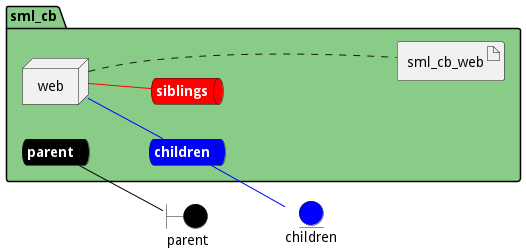
Before: docs/edgemere/sml/cb/envs/prod/deployment.png, a diagram exported from PlantUML (madajaju/edgemere).
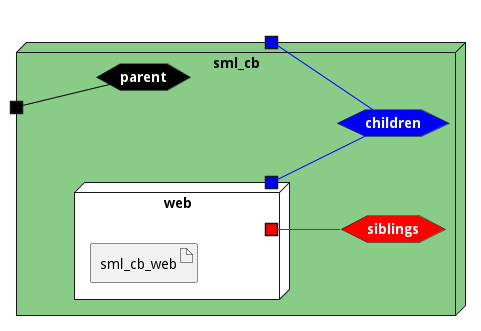
After the change.

The edit, as a diff of the source:
```diff
@@ -3,43 +3,45 @@
 left to right direction
 
 
-boundary parent #black
-
-
-entity children #blue
 
 
 
 
-package "sml_cb" #88cc88 {
-    queue parentnet #black [
+
+node "sml_cb" #88cc88 {
+
+
+    hexagon parentnet #black [
             <b><color:white>parent</color></b>
     ]
 
-    parentnet -[#black]- parent
+    portin " " as parentnetPortIn #black
+    parentnetPortIn -[#black]- parentnet
 
-    queue childrennet #blue [
+    hexagon childrennet #blue [
             <b><color:white>children</color></b>
     ]
 
-    childrennet -[#blue]- children
+    portout " " as childrennetPortOut #blue
+    childrennet -[#blue]- childrennetPortOut
 
-    queue siblingsnet #red [
+    hexagon siblingsnet #red [
             <b><color:white>siblings</color></b>
     ]
 
 
-node "web" as webService
+node "web" as webService #white {
+    portOut " " as webServicechildrennet #blue
+   webServicechildrennet -[#blue]- childrennet
+       portOut " " as webServicesiblingsnet #red
+   webServicesiblingsnet -[#red]- siblingsnet
 
 
-        artifact "sml_cb_web" as sml_cb_webimage
+    artifact "sml_cb_web" as sml_cb_webimage
 
 }
 
-webService -[#blue]- childrennet
-
-webService -[#red]- siblingsnet
-webService .... sml_cb_webimage
+}
 
 
 @enduml
```
